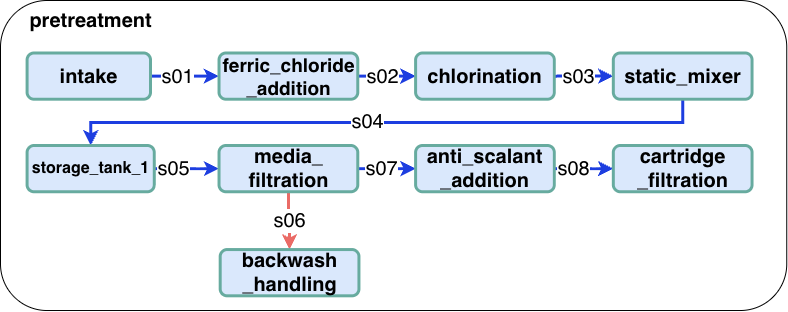
Before: docs/_static/flowsheets/SW_RO_fs_pretreat.png, a diagram exported from draw.io (adam-a-a/watertap). Source tidied: cells renumbered, new cells last; positions are measured from the earlier drawing's top-left corner, leaving out a move shared by most shapes. The source it was exported from:
```xml
<mxGraphModel>
  <root>
    <mxCell id="0" />
    <mxCell id="1" parent="0" />
    <mxCell id="2" style="rounded=1;whiteSpace=wrap;html=1;fontFamily=Helvetica;fontSize=20;" parent="1" vertex="1">
      <mxGeometry width="786.2" height="310" as="geometry" />
    </mxCell>
    <mxCell id="3" style="edgeStyle=orthogonalEdgeStyle;rounded=0;jettySize=auto;html=1;exitX=1;exitY=0.5;exitDx=0;exitDy=0;entryX=0;entryY=0.5;entryDx=0;entryDy=0;strokeColor=#1D3EE0;strokeWidth=3;fontFamily=Helvetica;fontSize=20;" parent="1" edge="1" source="5" target="8">
      <mxGeometry relative="1" as="geometry" />
    </mxCell>
    <mxCell id="4" value="s01" style="edgeLabel;html=1;align=center;verticalAlign=middle;fontFamily=Helvetica;fontSize=20;" parent="3" vertex="1">
      <mxGeometry x="0.02" y="-3" relative="1" as="geometry">
        <mxPoint x="-9" y="-3" as="offset" />
      </mxGeometry>
    </mxCell>
    <mxCell id="5" value="intake" style="rounded=1;whiteSpace=wrap;html=1;fillColor=#dae8fc;strokeColor=#67AB9F;strokeWidth=3;fontFamily=Helvetica;fontStyle=1;fontSize=20;" parent="1" vertex="1">
      <mxGeometry x="26.6" y="52.5" width="123.4" height="46.2" as="geometry" />
    </mxCell>
    <mxCell id="6" style="edgeStyle=orthogonalEdgeStyle;rounded=0;jettySize=auto;html=1;exitX=1;exitY=0.5;exitDx=0;exitDy=0;entryX=0;entryY=0.5;entryDx=0;entryDy=0;strokeColor=#1D3EE0;strokeWidth=3;fontFamily=Helvetica;fontSize=20;" parent="1" edge="1" source="8" target="10">
      <mxGeometry relative="1" as="geometry" />
    </mxCell>
    <mxCell id="7" value="s02" style="edgeLabel;html=1;align=center;verticalAlign=middle;fontFamily=Helvetica;fontSize=20;" parent="6" vertex="1">
      <mxGeometry x="0.21" y="-2" relative="1" as="geometry">
        <mxPoint x="-11" y="-2" as="offset" />
      </mxGeometry>
    </mxCell>
    <mxCell id="8" value="ferric_chloride&lt;div&gt;_addition&lt;/div&gt;" style="rounded=1;whiteSpace=wrap;html=1;fillColor=#dae8fc;strokeColor=#67AB9F;strokeWidth=3;fontFamily=Helvetica;fontStyle=1;fontSize=19;" parent="1" vertex="1">
      <mxGeometry x="218.5" y="52.5" width="138.8" height="46.2" as="geometry" />
    </mxCell>
    <mxCell id="9" value="s03" style="edgeStyle=orthogonalEdgeStyle;rounded=0;jettySize=auto;html=1;exitX=1;exitY=0.5;exitDx=0;exitDy=0;entryX=0;entryY=0.5;entryDx=0;entryDy=0;strokeColor=#1D3EE0;strokeWidth=3;fontFamily=Helvetica;fontSize=20;" parent="1" edge="1" source="10" target="13">
      <mxGeometry x="-0.18" relative="1" as="geometry">
        <Array as="points">
          <mxPoint x="566.6" y="75.6" />
          <mxPoint x="566.6" y="75.6" />
        </Array>
      </mxGeometry>
    </mxCell>
    <mxCell id="10" value="chlorination" style="rounded=1;whiteSpace=wrap;html=1;fillColor=#dae8fc;strokeColor=#67AB9F;strokeWidth=3;fontFamily=Helvetica;fontStyle=1;fontSize=20;" parent="1" vertex="1">
      <mxGeometry x="415.1" y="52.5" width="138.8" height="46.2" as="geometry" />
    </mxCell>
    <mxCell id="11" style="edgeStyle=orthogonalEdgeStyle;rounded=0;jettySize=auto;html=1;exitX=0.5;exitY=1;exitDx=0;exitDy=0;entryX=0.5;entryY=0;entryDx=0;entryDy=0;strokeColor=#1D3EE0;strokeWidth=3;fontFamily=Helvetica;fontSize=20;" parent="1" edge="1" source="13" target="16">
      <mxGeometry relative="1" as="geometry" />
    </mxCell>
    <mxCell id="12" value="s04" style="edgeLabel;html=1;align=center;verticalAlign=middle;fontFamily=Helvetica;fontSize=20;" parent="11" vertex="1">
      <mxGeometry x="0.06" y="-1" relative="1" as="geometry" />
    </mxCell>
    <mxCell id="13" value="static_mixer" style="rounded=1;whiteSpace=wrap;html=1;fillColor=#dae8fc;strokeColor=#67AB9F;strokeWidth=3;fontFamily=Helvetica;fontStyle=1;fontSize=20;" parent="1" vertex="1">
      <mxGeometry x="612.8" y="52.5" width="138.8" height="46.2" as="geometry" />
    </mxCell>
    <mxCell id="14" style="edgeStyle=orthogonalEdgeStyle;rounded=0;jettySize=auto;html=1;exitX=1;exitY=0.5;exitDx=0;exitDy=0;entryX=0;entryY=0.5;entryDx=0;entryDy=0;strokeColor=#1D3EE0;strokeWidth=3;fontFamily=Helvetica;fontSize=20;" parent="1" edge="1" source="16" target="19">
      <mxGeometry relative="1" as="geometry" />
    </mxCell>
    <mxCell id="15" value="s05" style="edgeLabel;html=1;align=center;verticalAlign=middle;fontFamily=Helvetica;fontSize=20;" parent="14" vertex="1">
      <mxGeometry x="-0.4" y="1" relative="1" as="geometry" />
    </mxCell>
    <mxCell id="16" value="storage_tank_1" style="rounded=1;whiteSpace=wrap;html=1;fillColor=#dae8fc;strokeColor=#67AB9F;strokeWidth=3;fontFamily=Helvetica;fontStyle=1;fontSize=16;" parent="1" vertex="1">
      <mxGeometry x="26.6" y="145" width="127.2" height="46.2" as="geometry" />
    </mxCell>
    <mxCell id="17" value="s07" style="edgeStyle=orthogonalEdgeStyle;rounded=0;jettySize=auto;html=1;exitX=1;exitY=0.5;exitDx=0;exitDy=0;entryX=0;entryY=0.5;entryDx=0;entryDy=0;strokeColor=#1D3EE0;strokeWidth=3;fontFamily=Helvetica;fontSize=20;" parent="1" edge="1" source="19" target="23">
      <mxGeometry x="-0.16" relative="1" as="geometry" />
    </mxCell>
    <mxCell id="18" value="&lt;font&gt;s06&lt;/font&gt;" style="edgeStyle=orthogonalEdgeStyle;rounded=0;jettySize=auto;html=1;exitX=0.5;exitY=1;exitDx=0;exitDy=0;entryX=0.5;entryY=0;entryDx=0;entryDy=0;strokeColor=#EA6B66;strokeWidth=3;fontFamily=Helvetica;fontSize=20;" parent="1" edge="1" source="19" target="20">
      <mxGeometry relative="1" as="geometry" />
    </mxCell>
    <mxCell id="19" value="media_&lt;div&gt;filtration&lt;/div&gt;" style="rounded=1;whiteSpace=wrap;html=1;fillColor=#dae8fc;strokeColor=#67AB9F;strokeWidth=3;fontFamily=Helvetica;fontStyle=1;fontSize=20;" parent="1" vertex="1">
      <mxGeometry x="218.5" y="145" width="138.8" height="46.2" as="geometry" />
    </mxCell>
    <mxCell id="20" value="backwash&lt;div&gt;_handling&lt;/div&gt;" style="rounded=1;whiteSpace=wrap;html=1;fillColor=#dae8fc;strokeColor=#67AB9F;strokeWidth=3;fontFamily=Helvetica;fontStyle=1;fontSize=20;" parent="1" vertex="1">
      <mxGeometry x="219.7" y="249.1" width="138.8" height="46.2" as="geometry" />
    </mxCell>
    <mxCell id="21" style="edgeStyle=orthogonalEdgeStyle;rounded=0;jettySize=auto;html=1;exitX=1;exitY=0.5;exitDx=0;exitDy=0;entryX=0;entryY=0.5;entryDx=0;entryDy=0;strokeColor=#1D3EE0;strokeWidth=3;fontFamily=Helvetica;fontSize=20;" parent="1" edge="1" source="23" target="24">
      <mxGeometry relative="1" as="geometry" />
    </mxCell>
    <mxCell id="22" value="s08" style="edgeLabel;html=1;align=center;verticalAlign=middle;fontFamily=Helvetica;fontSize=20;" parent="21" vertex="1">
      <mxGeometry x="-0.37" y="1" relative="1" as="geometry" />
    </mxCell>
    <mxCell id="23" value="anti_scalant&lt;div&gt;_addition&lt;/div&gt;" style="rounded=1;whiteSpace=wrap;html=1;fillColor=#dae8fc;strokeColor=#67AB9F;strokeWidth=3;fontFamily=Helvetica;fontStyle=1;fontSize=20;" parent="1" vertex="1">
      <mxGeometry x="415.1" y="145" width="138.8" height="46.2" as="geometry" />
    </mxCell>
    <mxCell id="24" value="cartridge&lt;div&gt;_filtration&lt;/div&gt;" style="rounded=1;whiteSpace=wrap;html=1;fillColor=#dae8fc;strokeColor=#67AB9F;strokeWidth=3;fontFamily=Helvetica;fontStyle=1;fontSize=20;" parent="1" vertex="1">
      <mxGeometry x="612.8" y="145" width="138.8" height="46.2" as="geometry" />
    </mxCell>
    <mxCell id="25" value="pretreatment" style="text;html=1;align=center;verticalAlign=middle;strokeColor=none;fillColor=none;fontSize=20;fontStyle=1;fontFamily=Helvetica;" parent="1" vertex="1">
      <mxGeometry x="20.2" width="140" height="40" as="geometry" />
    </mxCell>
  </root>
</mxGraphModel>
```
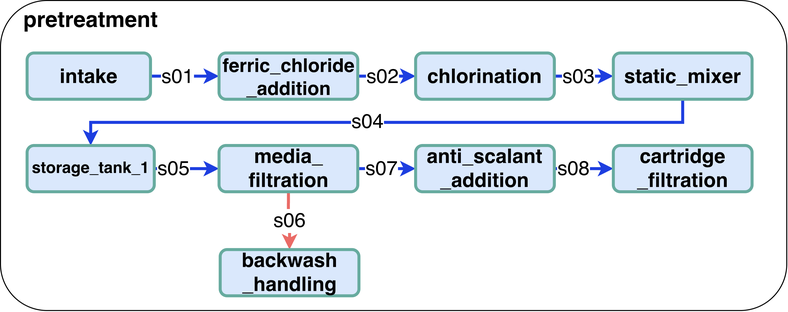
Above is the later version.

What changed in the source:
```diff
@@ -80,8 +80,8 @@
     <mxCell id="24" value="cartridge&lt;div&gt;_filtration&lt;/div&gt;" style="rounded=1;whiteSpace=wrap;html=1;fillColor=#dae8fc;strokeColor=#67AB9F;strokeWidth=3;fontFamily=Helvetica;fontStyle=1;fontSize=20;" parent="1" vertex="1">
       <mxGeometry x="612.8" y="145" width="138.8" height="46.2" as="geometry" />
     </mxCell>
-    <mxCell id="25" value="pretreatment" style="text;html=1;align=center;verticalAlign=middle;strokeColor=none;fillColor=none;fontSize=20;fontStyle=1;fontFamily=Helvetica;" parent="1" vertex="1">
-      <mxGeometry x="20.2" width="140" height="40" as="geometry" />
+    <mxCell id="25" value="pretreatment" style="text;html=1;align=center;verticalAlign=middle;strokeColor=none;fillColor=none;fontSize=22;fontStyle=1;fontFamily=Helvetica;" parent="1" vertex="1">
+      <mxGeometry x="15.2" width="150" height="40" as="geometry" />
     </mxCell>
   </root>
 </mxGraphModel>
```
